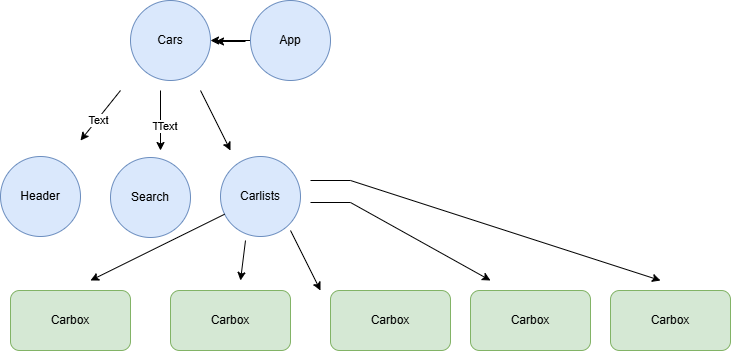
Above: component_hierchy_diagram.drawio.png in sadia1993-design/learn-react-from-tapascript (draw.io), before the change. Source tidied: cells renumbered, new cells last; positions are measured from the earlier drawing's top-left corner, leaving out a move shared by most shapes. The source it was exported from:
```xml
<mxGraphModel>
  <root>
    <mxCell id="0" />
    <mxCell id="1" parent="0" />
    <mxCell id="2" style="edgeStyle=orthogonalEdgeStyle;rounded=0;jettySize=auto;html=1;" parent="1" edge="1" source="3" target="4">
      <mxGeometry relative="1" as="geometry" />
    </mxCell>
    <mxCell id="3" value="App" style="ellipse;whiteSpace=wrap;html=1;fillColor=#dae8fc;strokeColor=#6c8ebf;" parent="1" vertex="1">
      <mxGeometry x="250" width="80" height="80" as="geometry" />
    </mxCell>
    <mxCell id="4" value="Cars" style="ellipse;whiteSpace=wrap;html=1;fillColor=#dae8fc;strokeColor=#6c8ebf;" parent="1" vertex="1">
      <mxGeometry x="130" width="80" height="80" as="geometry" />
    </mxCell>
    <mxCell id="5" value="Header" style="ellipse;whiteSpace=wrap;html=1;fillColor=#dae8fc;strokeColor=#6c8ebf;" parent="1" vertex="1">
      <mxGeometry y="156" width="80" height="80" as="geometry" />
    </mxCell>
    <mxCell id="6" value="Search" style="ellipse;whiteSpace=wrap;html=1;fillColor=#dae8fc;strokeColor=#6c8ebf;" parent="1" vertex="1">
      <mxGeometry x="110" y="157" width="80" height="80" as="geometry" />
    </mxCell>
    <mxCell id="7" value="Carlists" style="ellipse;whiteSpace=wrap;html=1;fillColor=#dae8fc;strokeColor=#6c8ebf;" parent="1" vertex="1">
      <mxGeometry x="220" y="156" width="80" height="80" as="geometry" />
    </mxCell>
    <mxCell id="8" style="endArrow=classic;html=1;rounded=0;" parent="1" edge="1">
      <mxGeometry relative="1" as="geometry">
        <mxPoint x="160" y="90" as="sourcePoint" />
        <mxPoint x="160" y="150" as="targetPoint" />
      </mxGeometry>
    </mxCell>
    <mxCell id="9" value="Text" style="edgeLabel;html=1;align=center;verticalAlign=middle;" parent="8" vertex="1">
      <mxGeometry x="0.17" y="1" relative="1" as="geometry" />
    </mxCell>
    <mxCell id="10" value="Text" style="edgeLabel;html=1;align=center;verticalAlign=middle;" parent="8" vertex="1">
      <mxGeometry x="0.17" y="6" relative="1" as="geometry" />
    </mxCell>
    <mxCell id="11" style="endArrow=classic;html=1;rounded=0;" parent="1" edge="1">
      <mxGeometry relative="1" as="geometry">
        <mxPoint x="120" y="90" as="sourcePoint" />
        <mxPoint x="80" y="140" as="targetPoint" />
      </mxGeometry>
    </mxCell>
    <mxCell id="12" value="Text" style="edgeLabel;html=1;align=center;verticalAlign=middle;" parent="11" vertex="1">
      <mxGeometry x="0.17" y="1" relative="1" as="geometry" />
    </mxCell>
    <mxCell id="13" style="endArrow=classic;html=1;rounded=0;" parent="1" edge="1">
      <mxGeometry relative="1" as="geometry">
        <mxPoint x="200" y="90" as="sourcePoint" />
        <mxPoint x="230" y="150" as="targetPoint" />
      </mxGeometry>
    </mxCell>
    <mxCell id="14" style="endArrow=classic;html=1;rounded=0;entryX=0.975;entryY=0.65;entryDx=0;entryDy=0;entryPerimeter=0;" parent="1" edge="1">
      <mxGeometry relative="1" as="geometry">
        <mxPoint x="245" y="41" as="sourcePoint" />
        <mxPoint x="215" y="41" as="targetPoint" />
      </mxGeometry>
    </mxCell>
    <mxCell id="15" value="Carbox" style="rounded=1;whiteSpace=wrap;html=1;fillColor=#d5e8d4;strokeColor=#82b366;" parent="1" vertex="1">
      <mxGeometry x="10" y="290" width="120" height="60" as="geometry" />
    </mxCell>
    <mxCell id="16" value="Carbox" style="rounded=1;whiteSpace=wrap;html=1;fillColor=#d5e8d4;strokeColor=#82b366;" parent="1" vertex="1">
      <mxGeometry x="170" y="290" width="120" height="60" as="geometry" />
    </mxCell>
    <mxCell id="17" value="Carbox" style="rounded=1;whiteSpace=wrap;html=1;fillColor=#d5e8d4;strokeColor=#82b366;" parent="1" vertex="1">
      <mxGeometry x="330" y="290" width="120" height="60" as="geometry" />
    </mxCell>
    <mxCell id="18" value="Carbox" style="rounded=1;whiteSpace=wrap;html=1;fillColor=#d5e8d4;strokeColor=#82b366;" parent="1" vertex="1">
      <mxGeometry x="470" y="290" width="120" height="60" as="geometry" />
    </mxCell>
    <mxCell id="19" value="Carbox" style="rounded=1;whiteSpace=wrap;html=1;fillColor=#d5e8d4;strokeColor=#82b366;" parent="1" vertex="1">
      <mxGeometry x="610" y="290" width="120" height="60" as="geometry" />
    </mxCell>
    <mxCell id="20" style="endArrow=classic;html=1;rounded=0;" parent="1" edge="1">
      <mxGeometry relative="1" as="geometry">
        <mxPoint x="290" y="230" as="sourcePoint" />
        <mxPoint x="320" y="290" as="targetPoint" />
      </mxGeometry>
    </mxCell>
    <mxCell id="21" style="endArrow=classic;html=1;rounded=0;" parent="1" edge="1">
      <mxGeometry relative="1" as="geometry">
        <mxPoint x="310" y="202" as="sourcePoint" />
        <mxPoint x="490" y="280" as="targetPoint" />
        <Array as="points">
          <mxPoint x="350" y="202" />
        </Array>
      </mxGeometry>
    </mxCell>
    <mxCell id="22" style="endArrow=classic;html=1;rounded=0;" parent="1" edge="1">
      <mxGeometry relative="1" as="geometry">
        <mxPoint x="310" y="180" as="sourcePoint" />
        <mxPoint x="660" y="280" as="targetPoint" />
        <Array as="points">
          <mxPoint x="350" y="180" />
        </Array>
      </mxGeometry>
    </mxCell>
    <mxCell id="23" style="endArrow=classic;html=1;rounded=0;" parent="1" edge="1">
      <mxGeometry relative="1" as="geometry">
        <mxPoint x="245" y="240" as="sourcePoint" />
        <mxPoint x="240" y="280" as="targetPoint" />
      </mxGeometry>
    </mxCell>
    <mxCell id="24" style="endArrow=classic;html=1;rounded=0;" parent="1" edge="1" source="7">
      <mxGeometry relative="1" as="geometry">
        <mxPoint x="90" y="280" as="targetPoint" />
      </mxGeometry>
    </mxCell>
  </root>
</mxGraphModel>
```
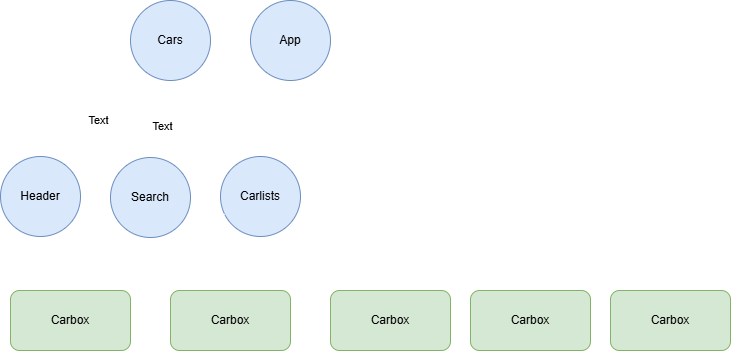
The same file after the commit.

The edit, as a diff of the source:
```diff
@@ -2,9 +2,6 @@
   <root>
     <mxCell id="0" />
     <mxCell id="1" parent="0" />
-    <mxCell id="2" style="edgeStyle=orthogonalEdgeStyle;rounded=0;jettySize=auto;html=1;" parent="1" edge="1" source="3" target="4">
-      <mxGeometry relative="1" as="geometry" />
-    </mxCell>
     <mxCell id="3" value="App" style="ellipse;whiteSpace=wrap;html=1;fillColor=#dae8fc;strokeColor=#6c8ebf;" parent="1" vertex="1">
       <mxGeometry x="250" width="80" height="80" as="geometry" />
     </mxCell>
@@ -20,7 +17,7 @@
     <mxCell id="7" value="Carlists" style="ellipse;whiteSpace=wrap;html=1;fillColor=#dae8fc;strokeColor=#6c8ebf;" parent="1" vertex="1">
       <mxGeometry x="220" y="156" width="80" height="80" as="geometry" />
     </mxCell>
-    <mxCell id="8" style="endArrow=classic;html=1;rounded=0;" parent="1" edge="1">
+    <mxCell id="8" style="endArrow=classic;html=1;rounded=0;strokeColor=light-dark(#ffffff, #ededed);" parent="1" edge="1">
       <mxGeometry relative="1" as="geometry">
         <mxPoint x="160" y="90" as="sourcePoint" />
         <mxPoint x="160" y="150" as="targetPoint" />
@@ -29,10 +26,7 @@
     <mxCell id="9" value="Text" style="edgeLabel;html=1;align=center;verticalAlign=middle;" parent="8" vertex="1">
       <mxGeometry x="0.17" y="1" relative="1" as="geometry" />
     </mxCell>
-    <mxCell id="10" value="Text" style="edgeLabel;html=1;align=center;verticalAlign=middle;" parent="8" vertex="1">
-      <mxGeometry x="0.17" y="6" relative="1" as="geometry" />
-    </mxCell>
-    <mxCell id="11" style="endArrow=classic;html=1;rounded=0;" parent="1" edge="1">
+    <mxCell id="11" style="endArrow=classic;html=1;rounded=0;strokeColor=light-dark(#ffffff, #ededed);" parent="1" edge="1">
       <mxGeometry relative="1" as="geometry">
         <mxPoint x="120" y="90" as="sourcePoint" />
         <mxPoint x="80" y="140" as="targetPoint" />
@@ -41,16 +35,16 @@
     <mxCell id="12" value="Text" style="edgeLabel;html=1;align=center;verticalAlign=middle;" parent="11" vertex="1">
       <mxGeometry x="0.17" y="1" relative="1" as="geometry" />
     </mxCell>
-    <mxCell id="13" style="endArrow=classic;html=1;rounded=0;" parent="1" edge="1">
+    <mxCell id="13" style="endArrow=classic;html=1;rounded=0;strokeColor=light-dark(#ffffff, #ededed);" parent="1" edge="1">
       <mxGeometry relative="1" as="geometry">
         <mxPoint x="200" y="90" as="sourcePoint" />
         <mxPoint x="230" y="150" as="targetPoint" />
       </mxGeometry>
     </mxCell>
-    <mxCell id="14" style="endArrow=classic;html=1;rounded=0;entryX=0.975;entryY=0.65;entryDx=0;entryDy=0;entryPerimeter=0;" parent="1" edge="1">
+    <mxCell id="14" style="endArrow=classic;html=1;rounded=0;entryX=0.975;entryY=0.65;entryDx=0;entryDy=0;entryPerimeter=0;strokeColor=light-dark(#ffffff, #ededed);" parent="1" edge="1">
       <mxGeometry relative="1" as="geometry">
-        <mxPoint x="245" y="41" as="sourcePoint" />
-        <mxPoint x="215" y="41" as="targetPoint" />
+        <mxPoint x="245" y="42" as="sourcePoint" />
+        <mxPoint x="215" y="42" as="targetPoint" />
       </mxGeometry>
     </mxCell>
     <mxCell id="15" value="Carbox" style="rounded=1;whiteSpace=wrap;html=1;fillColor=#d5e8d4;strokeColor=#82b366;" parent="1" vertex="1">
@@ -68,13 +62,13 @@
     <mxCell id="19" value="Carbox" style="rounded=1;whiteSpace=wrap;html=1;fillColor=#d5e8d4;strokeColor=#82b366;" parent="1" vertex="1">
       <mxGeometry x="610" y="290" width="120" height="60" as="geometry" />
     </mxCell>
-    <mxCell id="20" style="endArrow=classic;html=1;rounded=0;" parent="1" edge="1">
+    <mxCell id="20" style="endArrow=classic;html=1;rounded=0;strokeColor=light-dark(#ffffff, #ededed);" parent="1" edge="1">
       <mxGeometry relative="1" as="geometry">
         <mxPoint x="290" y="230" as="sourcePoint" />
         <mxPoint x="320" y="290" as="targetPoint" />
       </mxGeometry>
     </mxCell>
-    <mxCell id="21" style="endArrow=classic;html=1;rounded=0;" parent="1" edge="1">
+    <mxCell id="21" style="endArrow=classic;html=1;rounded=0;strokeColor=#FFFFFF;" parent="1" edge="1">
       <mxGeometry relative="1" as="geometry">
         <mxPoint x="310" y="202" as="sourcePoint" />
         <mxPoint x="490" y="280" as="targetPoint" />
@@ -83,7 +77,7 @@
         </Array>
       </mxGeometry>
     </mxCell>
-    <mxCell id="22" style="endArrow=classic;html=1;rounded=0;" parent="1" edge="1">
+    <mxCell id="22" style="endArrow=classic;html=1;rounded=0;strokeColor=light-dark(#ffffff, #ededed);" parent="1" edge="1">
       <mxGeometry relative="1" as="geometry">
         <mxPoint x="310" y="180" as="sourcePoint" />
         <mxPoint x="660" y="280" as="targetPoint" />
@@ -92,13 +86,13 @@
         </Array>
       </mxGeometry>
     </mxCell>
-    <mxCell id="23" style="endArrow=classic;html=1;rounded=0;" parent="1" edge="1">
+    <mxCell id="23" style="endArrow=classic;html=1;rounded=0;strokeColor=light-dark(#ffffff, #ededed);" parent="1" edge="1">
       <mxGeometry relative="1" as="geometry">
         <mxPoint x="245" y="240" as="sourcePoint" />
         <mxPoint x="240" y="280" as="targetPoint" />
       </mxGeometry>
     </mxCell>
-    <mxCell id="24" style="endArrow=classic;html=1;rounded=0;" parent="1" edge="1" source="7">
+    <mxCell id="24" style="endArrow=classic;html=1;rounded=0;strokeColor=light-dark(#ffffff, #ededed);" parent="1" edge="1" source="7">
       <mxGeometry relative="1" as="geometry">
         <mxPoint x="90" y="280" as="targetPoint" />
       </mxGeometry>
```
